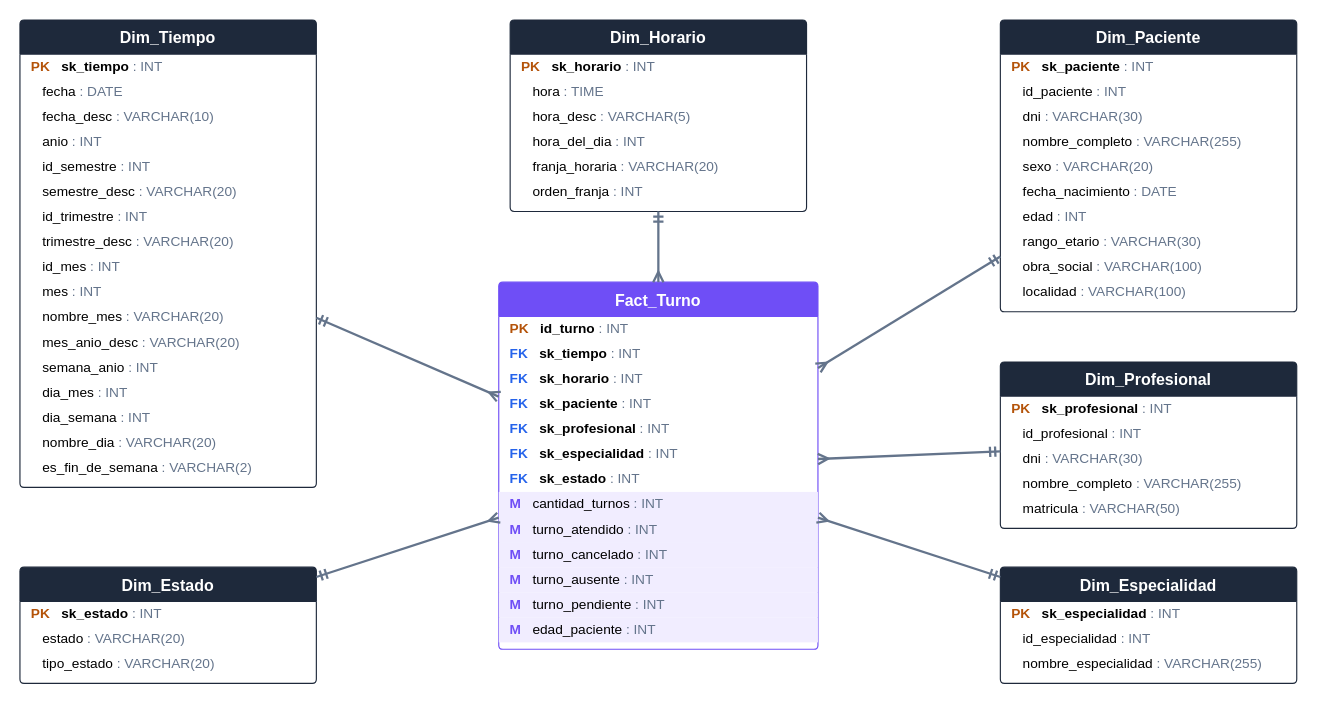
emmaaden/DBll-DW keeps this draw.io diagram as Diagrama_Estrella.drawio. Above is the earlier version. Source tidied: cells renumbered, new cells numbered last; positions are measured from the earlier drawing's top-left corner, leaving out a move shared by most shapes. Both pictures are drawn from the tidied source at 114%, with x=0, y=0 at pixel (19, 19).
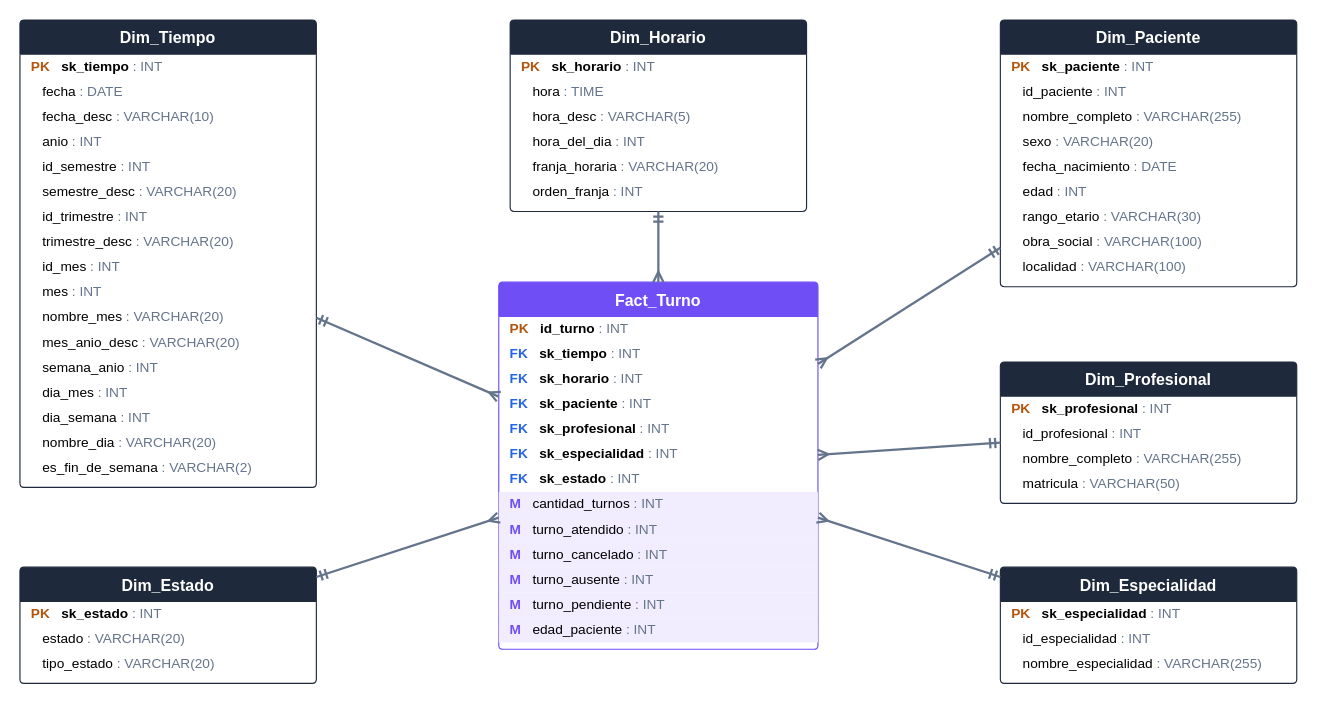
The same diagram, later.

Change to the diagram source:
```diff
@@
     <mxCell id="45" value="Dim_Paciente" style="swimlane;fontStyle=1;horizontal=1;startSize=30;fillColor=#1E293B;fontColor=#FFFFFF;strokeColor=#1E293B;swimlaneFillColor=#FFFFFF;rounded=1;arcSize=4;fontSize=14;" parent="1" vertex="1">
-      <mxGeometry x="860" width="260" height="256" as="geometry" />
+      <mxGeometry x="860" width="260" height="234" as="geometry" />
     </mxCell>
@@
-    <mxCell id="48" value="&lt;b&gt;&lt;font color=&quot;#000000&quot;&gt;&lt;/font&gt;&lt;/b&gt;&amp;nbsp;&amp;nbsp;&amp;nbsp;dni &lt;font color=&quot;#64748B&quot;&gt;: VARCHAR(30)&lt;/font&gt;" style="text;html=1;align=left;verticalAlign=middle;spacingLeft=8;fontSize=12;fillColor=none;strokeColor=none;" parent="45" vertex="1">
-      <mxGeometry y="74" width="260" height="22" as="geometry" />
-    </mxCell>
     <mxCell id="49" value="&lt;b&gt;&lt;font color=&quot;#000000&quot;&gt;&lt;/font&gt;&lt;/b&gt;&amp;nbsp;&amp;nbsp;&amp;nbsp;nombre_completo &lt;font color=&quot;#64748B&quot;&gt;: VARCHAR(255)&lt;/font&gt;" style="text;html=1;align=left;verticalAlign=middle;spacingLeft=8;fontSize=12;fillColor=none;strokeColor=none;" parent="45" vertex="1">
-      <mxGeometry y="96" width="260" height="22" as="geometry" />
+      <mxGeometry y="74" width="260" height="22" as="geometry" />
     </mxCell>
     <mxCell id="50" value="&lt;b&gt;&lt;font color=&quot;#000000&quot;&gt;&lt;/font&gt;&lt;/b&gt;&amp;nbsp;&amp;nbsp;&amp;nbsp;sexo &lt;font color=&quot;#64748B&quot;&gt;: VARCHAR(20)&lt;/font&gt;" style="text;html=1;align=left;verticalAlign=middle;spacingLeft=8;fontSize=12;fillColor=none;strokeColor=none;" parent="45" vertex="1">
-      <mxGeometry y="118" width="260" height="22" as="geometry" />
+      <mxGeometry y="96" width="260" height="22" as="geometry" />
     </mxCell>
     <mxCell id="51" value="&lt;b&gt;&lt;font color=&quot;#000000&quot;&gt;&lt;/font&gt;&lt;/b&gt;&amp;nbsp;&amp;nbsp;&amp;nbsp;fecha_nacimiento &lt;font color=&quot;#64748B&quot;&gt;: DATE&lt;/font&gt;" style="text;html=1;align=left;verticalAlign=middle;spacingLeft=8;fontSize=12;fillColor=none;strokeColor=none;" parent="45" vertex="1">
-      <mxGeometry y="140" width="260" height="22" as="geometry" />
+      <mxGeometry y="118" width="260" height="22" as="geometry" />
     </mxCell>
     <mxCell id="52" value="&lt;b&gt;&lt;font color=&quot;#000000&quot;&gt;&lt;/font&gt;&lt;/b&gt;&amp;nbsp;&amp;nbsp;&amp;nbsp;edad &lt;font color=&quot;#64748B&quot;&gt;: INT&lt;/font&gt;" style="text;html=1;align=left;verticalAlign=middle;spacingLeft=8;fontSize=12;fillColor=none;strokeColor=none;" parent="45" vertex="1">
-      <mxGeometry y="162" width="260" height="22" as="geometry" />
+      <mxGeometry y="140" width="260" height="22" as="geometry" />
     </mxCell>
     <mxCell id="53" value="&lt;b&gt;&lt;font color=&quot;#000000&quot;&gt;&lt;/font&gt;&lt;/b&gt;&amp;nbsp;&amp;nbsp;&amp;nbsp;rango_etario &lt;font color=&quot;#64748B&quot;&gt;: VARCHAR(30)&lt;/font&gt;" style="text;html=1;align=left;verticalAlign=middle;spacingLeft=8;fontSize=12;fillColor=none;strokeColor=none;" parent="45" vertex="1">
-      <mxGeometry y="184" width="260" height="22" as="geometry" />
+      <mxGeometry y="162" width="260" height="22" as="geometry" />
     </mxCell>
     <mxCell id="54" value="&lt;b&gt;&lt;font color=&quot;#000000&quot;&gt;&lt;/font&gt;&lt;/b&gt;&amp;nbsp;&amp;nbsp;&amp;nbsp;obra_social &lt;font color=&quot;#64748B&quot;&gt;: VARCHAR(100)&lt;/font&gt;" style="text;html=1;align=left;verticalAlign=middle;spacingLeft=8;fontSize=12;fillColor=none;strokeColor=none;" parent="45" vertex="1">
-      <mxGeometry y="206" width="260" height="22" as="geometry" />
+      <mxGeometry y="184" width="260" height="22" as="geometry" />
     </mxCell>
     <mxCell id="55" value="&lt;b&gt;&lt;font color=&quot;#000000&quot;&gt;&lt;/font&gt;&lt;/b&gt;&amp;nbsp;&amp;nbsp;&amp;nbsp;localidad &lt;font color=&quot;#64748B&quot;&gt;: VARCHAR(100)&lt;/font&gt;" style="text;html=1;align=left;verticalAlign=middle;spacingLeft=8;fontSize=12;fillColor=none;strokeColor=none;" parent="45" vertex="1">
-      <mxGeometry y="228" width="260" height="22" as="geometry" />
+      <mxGeometry y="206" width="260" height="22" as="geometry" />
     </mxCell>
     <mxCell id="56" value="Dim_Profesional" style="swimlane;fontStyle=1;horizontal=1;startSize=30;fillColor=#1E293B;fontColor=#FFFFFF;strokeColor=#1E293B;swimlaneFillColor=#FFFFFF;rounded=1;arcSize=4;fontSize=14;" parent="1" vertex="1">
-      <mxGeometry x="860" y="300" width="260" height="146" as="geometry" />
+      <mxGeometry x="860" y="300" width="260" height="124" as="geometry" />
     </mxCell>
@@
-    <mxCell id="59" value="&lt;b&gt;&lt;font color=&quot;#000000&quot;&gt;&lt;/font&gt;&lt;/b&gt;&amp;nbsp;&amp;nbsp;&amp;nbsp;dni &lt;font color=&quot;#64748B&quot;&gt;: VARCHAR(30)&lt;/font&gt;" style="text;html=1;align=left;verticalAlign=middle;spacingLeft=8;fontSize=12;fillColor=none;strokeColor=none;" parent="56" vertex="1">
-      <mxGeometry y="74" width="260" height="22" as="geometry" />
-    </mxCell>
     <mxCell id="60" value="&lt;b&gt;&lt;font color=&quot;#000000&quot;&gt;&lt;/font&gt;&lt;/b&gt;&amp;nbsp;&amp;nbsp;&amp;nbsp;nombre_completo &lt;font color=&quot;#64748B&quot;&gt;: VARCHAR(255)&lt;/font&gt;" style="text;html=1;align=left;verticalAlign=middle;spacingLeft=8;fontSize=12;fillColor=none;strokeColor=none;" parent="56" vertex="1">
-      <mxGeometry y="96" width="260" height="22" as="geometry" />
+      <mxGeometry y="74" width="260" height="22" as="geometry" />
     </mxCell>
     <mxCell id="61" value="&lt;b&gt;&lt;font color=&quot;#000000&quot;&gt;&lt;/font&gt;&lt;/b&gt;&amp;nbsp;&amp;nbsp;&amp;nbsp;matricula &lt;font color=&quot;#64748B&quot;&gt;: VARCHAR(50)&lt;/font&gt;" style="text;html=1;align=left;verticalAlign=middle;spacingLeft=8;fontSize=12;fillColor=none;strokeColor=none;" parent="56" vertex="1">
-      <mxGeometry y="118" width="260" height="22" as="geometry" />
+      <mxGeometry y="96" width="260" height="22" as="geometry" />
     </mxCell>
```
